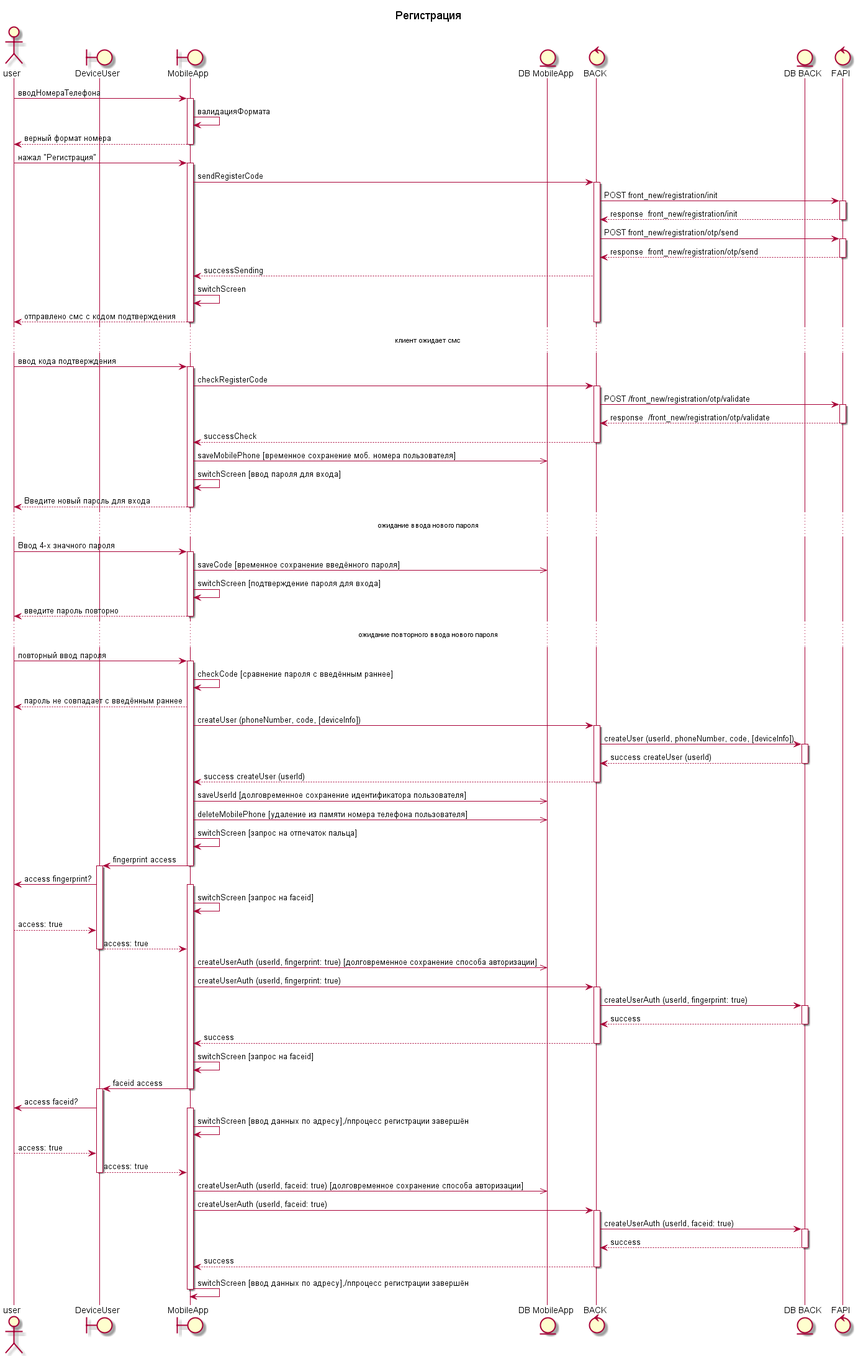
The PlantUML diagram Регистрация/PlantUML_Регистрация.png in ArtWh0/UML-Scheme, before a commit.
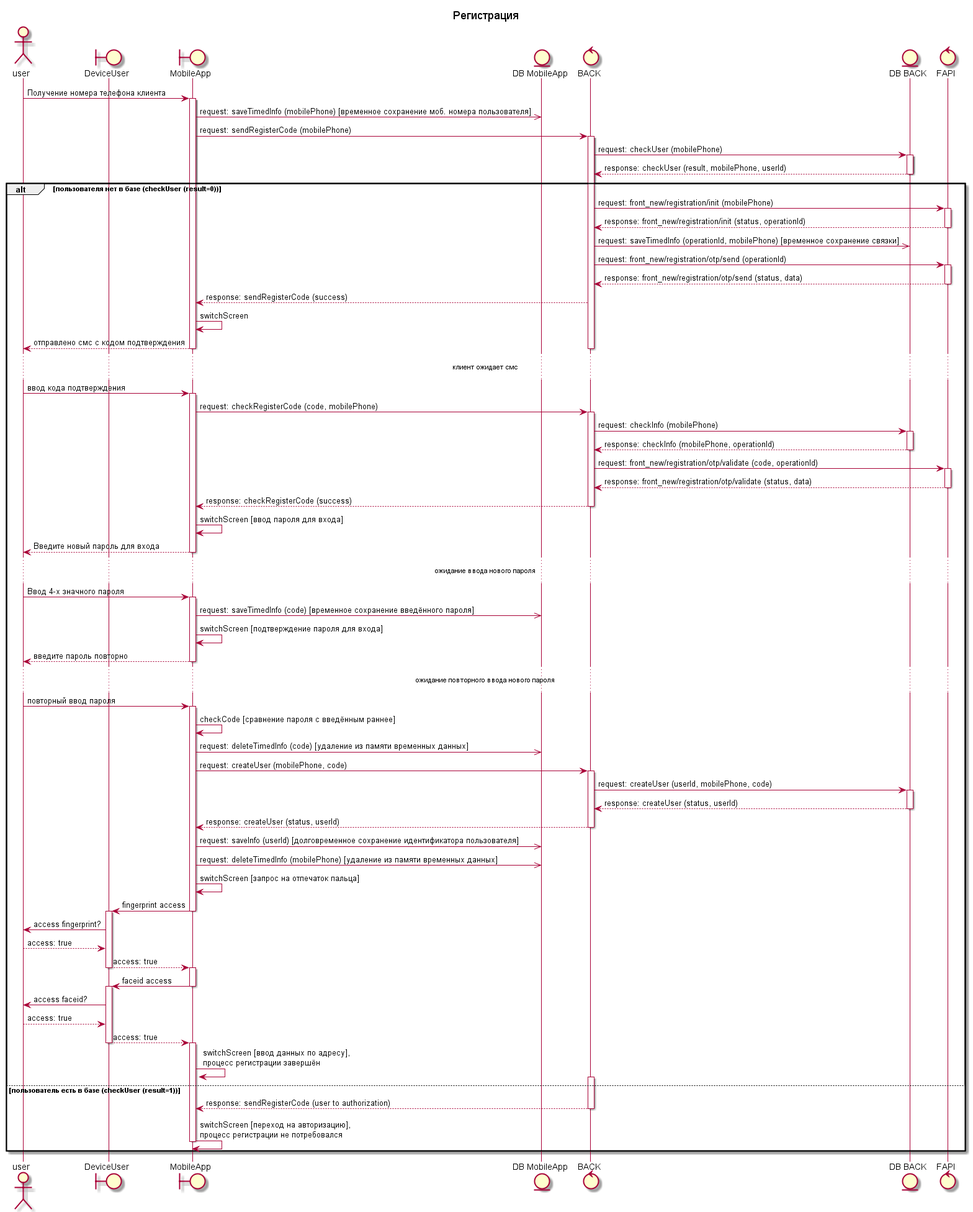
After the change.

Commit message:
Корректировка процесса регистрации 2

Change to the diagram source:
```diff
@@ -7,24 +7,27 @@
 control "BACK" as back
 entity "DB BACK" as db
 control "FAPI" as fapi
-            user -> mobapp : вводНомераТелефона
-            activate mobapp
-                mobapp -> mobapp : валидацияФормата
-        mobapp --> user : верный формат номера
-            deactivate mobapp
-        user -> mobapp : нажал "Регистрация"
+
+        user -> mobapp : Получение номера телефона клиента
         activate mobapp
-            mobapp -> back : sendRegisterCode
+            mobapp ->> dbmob : request: saveTimedInfo (mobilePhone) [временное сохранение моб. номера пользователя]
+            mobapp -> back : request: sendRegisterCode (mobilePhone)
             activate back
-                back -> fapi : POST front_new/registration/init
+                back -> db : request: checkUser (mobilePhone)
+                activate db
+                    db --> back : response: checkUser (result, mobilePhone, userId)
+                deactivate db
+alt пользователя нет в базе (checkUser (result=0))
+                back -> fapi : request: front_new/registration/init (mobilePhone)
                 activate fapi
-                    fapi --> back : response  front_new/registration/init
+                    fapi --> back : response: front_new/registration/init (status, operationId)
                 deactivate fapi
-                back -> fapi : POST front_new/registration/otp/send
+                back ->> db : request: saveTimedInfo (operationId, mobilePhone) [временное сохранение связки]
+                back -> fapi : request: front_new/registration/otp/send (operationId)
                 activate fapi
-                    fapi --> back : response  front_new/registration/otp/send
+                    fapi --> back : response: front_new/registration/otp/send (status, data)
                 deactivate fapi
-                    back --> mobapp : successSending
+                    back --> mobapp : response: sendRegisterCode (success)
                     mobapp -> mobapp : switchScreen
                     mobapp --> user : отправлено смс с кодом подтверждения
             deactivate back
@@ -32,22 +35,25 @@
         ...клиент ожидает смс...
         user -> mobapp : ввод кода подтверждения
         activate mobapp
-            mobapp -> back : checkRegisterCode
+            mobapp -> back : request: checkRegisterCode (code, mobilePhone)
             activate back
-                back -> fapi : POST /front_new/registration/otp/validate
+                back -> db : request: checkInfo (mobilePhone)
+                activate db
+                    db --> back : response: checkInfo (mobilePhone, operationId)
+                deactivate db
+                back -> fapi : request: front_new/registration/otp/validate (code, operationId)
                 activate fapi
-                    fapi --> back : response  /front_new/registration/otp/validate
+                    fapi --> back : response: front_new/registration/otp/validate (status, data)
                 deactivate fapi
-                    back --> mobapp : successCheck
+                    back --> mobapp : response: checkRegisterCode (success)
             deactivate back
-            mobapp ->> dbmob : saveMobilePhone [временное сохранение моб. номера пользователя]
             mobapp -> mobapp : switchScreen [ввод пароля для входа]
             mobapp --> user : Введите новый пароль для входа
         deactivate mobapp
             ...ожидание ввода нового пароля...
             user -> mobapp : Ввод 4-х значного пароля
             activate mobapp
-                mobapp ->> dbmob : saveCode [временное сохранение введённого пароля]
+                mobapp ->> dbmob : request: saveTimedInfo (code) [временное сохранение введённого пароля]
                 mobapp -> mobapp : switchScreen [подтверждение пароля для входа]
                 mobapp --> user : введите пароль повторно
             deactivate mobapp
@@ -55,55 +61,41 @@
                     user -> mobapp : повторный ввод пароля
                     activate mobapp
                         mobapp -> mobapp : checkCode [сравнение пароля с введённым раннее]
-                        mobapp --> user : пароль не совпадает с введённым раннее
-                mobapp -> back : createUser (phoneNumber, code, [deviceInfo])
+                mobapp ->> dbmob : request: deleteTimedInfo (code) [удаление из памяти временных данных]
+                mobapp -> back : request: createUser (mobilePhone, code)
                 activate back
-                    back -> db : createUser (userId, phoneNumber, code, [deviceInfo])
+                    back -> db : request: createUser (userId, mobilePhone, code)
                     activate db
-                        db --> back : success createUser (userId)
+                        db --> back : response: createUser (status, userId)
                     deactivate db
-                    back --> mobapp : success createUser (userId)
+                    back --> mobapp : response: createUser (status, userId)
                 deactivate back
-                    mobapp ->> dbmob : saveUserId [долговременное сохранение идентификатора пользователя]
-                    mobapp ->> dbmob : deleteMobilePhone [удаление из памяти номера телефона пользователя]
+                    mobapp ->> dbmob : request: saveInfo (userId) [долговременное сохранение идентификатора пользователя]
+                    mobapp ->> dbmob : request: deleteTimedInfo (mobilePhone) [удаление из памяти временных данных]
                     mobapp -> mobapp : switchScreen [запрос на отпечаток пальца]
                     mobapp -> device : fingerprint access
                 deactivate mobapp
                 activate device
                     device -> user : access fingerprint?
-                    activate mobapp
-                    mobapp -> mobapp :  switchScreen [запрос на faceid]
                     user --> device : access: true
                     device --> mobapp : access: true
-                deactivate device
-                    mobapp ->> dbmob : createUserAuth (userId, fingerprint: true) [долговременное сохранение способа авторизации]
-                    mobapp -> back : createUserAuth (userId, fingerprint: true)
-                    activate back
-                        back -> db : createUserAuth (userId, fingerprint: true)
-                        activate db
-                            db --> back : success
-                        deactivate db
-                        back --> mobapp : success
-                    deactivate back
-                    mobapp -> mobapp :  switchScreen [запрос на faceid]
+                                    deactivate device
+                    activate mobapp
+
                     mobapp -> device : faceid access
                 deactivate mobapp
                 activate device
                     device -> user : access faceid?
-                    activate mobapp
-                    mobapp -> mobapp :  switchScreen [ввод данных по адресу],/nпроцесс регистрации завершён
                     user --> device : access: true
                     device --> mobapp : access: true
                 deactivate device
-                    mobapp ->> dbmob : createUserAuth (userId, faceid: true) [долговременное сохранение способа авторизации]
-                    mobapp -> back : createUserAuth (userId, faceid: true)
-                    activate back
-                        back -> db : createUserAuth (userId, faceid: true)
-                        activate db
-                            db --> back : success
-                        deactivate db
-                        back --> mobapp : success
-                    deactivate back
-                    mobapp -> mobapp :  switchScreen [ввод данных по адресу],/nпроцесс регистрации завершён
-                    deactivate mobapp
+                activate mobapp
+                    mobapp -> mobapp :  switchScreen [ввод данных по адресу],\nпроцесс регистрации завершён
+else пользователь есть в базе (checkUser (result=1))
+activate back
+back --> mobapp : response: sendRegisterCode (user to authorization)
+deactivate back
+mobapp -> mobapp :  switchScreen [переход на авторизацию],\nпроцесс регистрации не потребовался
+                        deactivate mobapp
+end
 @enduml
```
